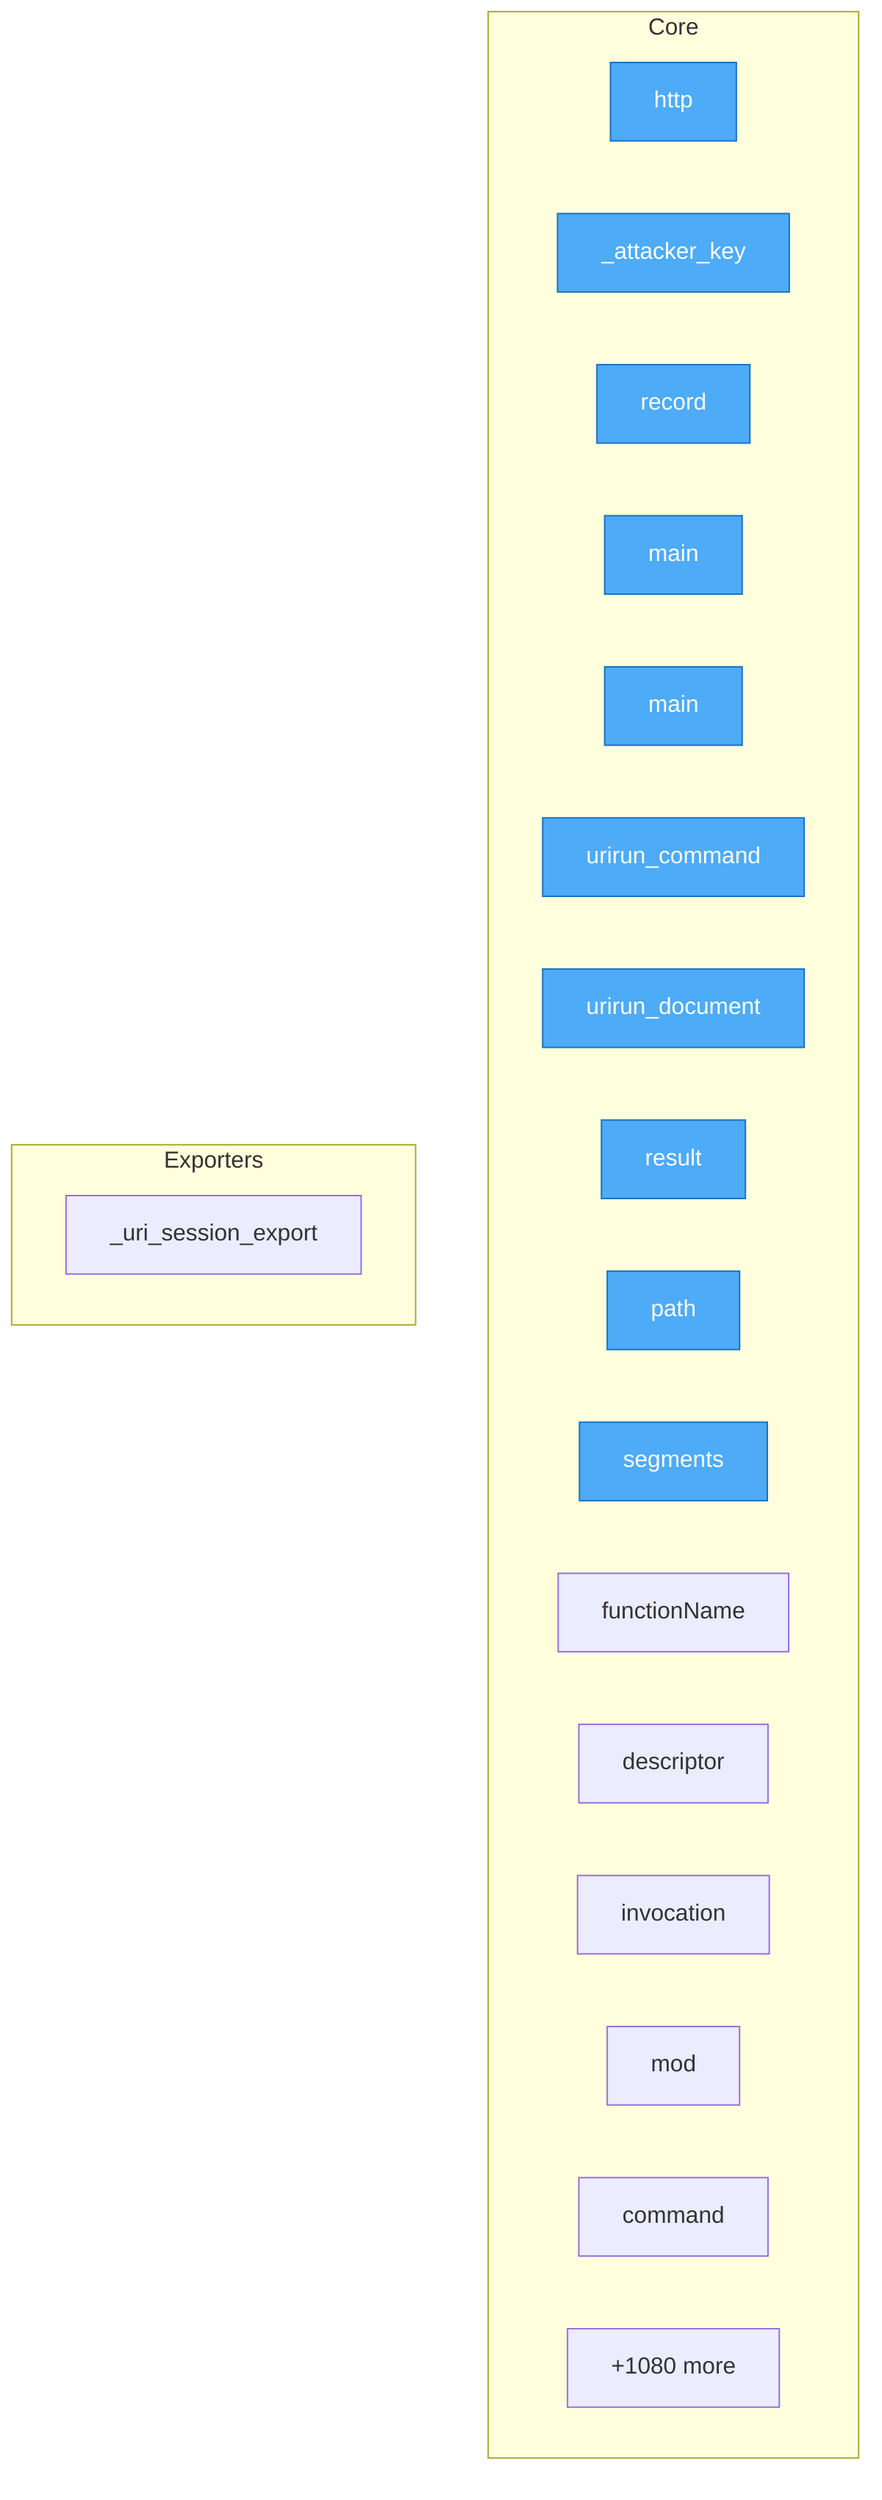
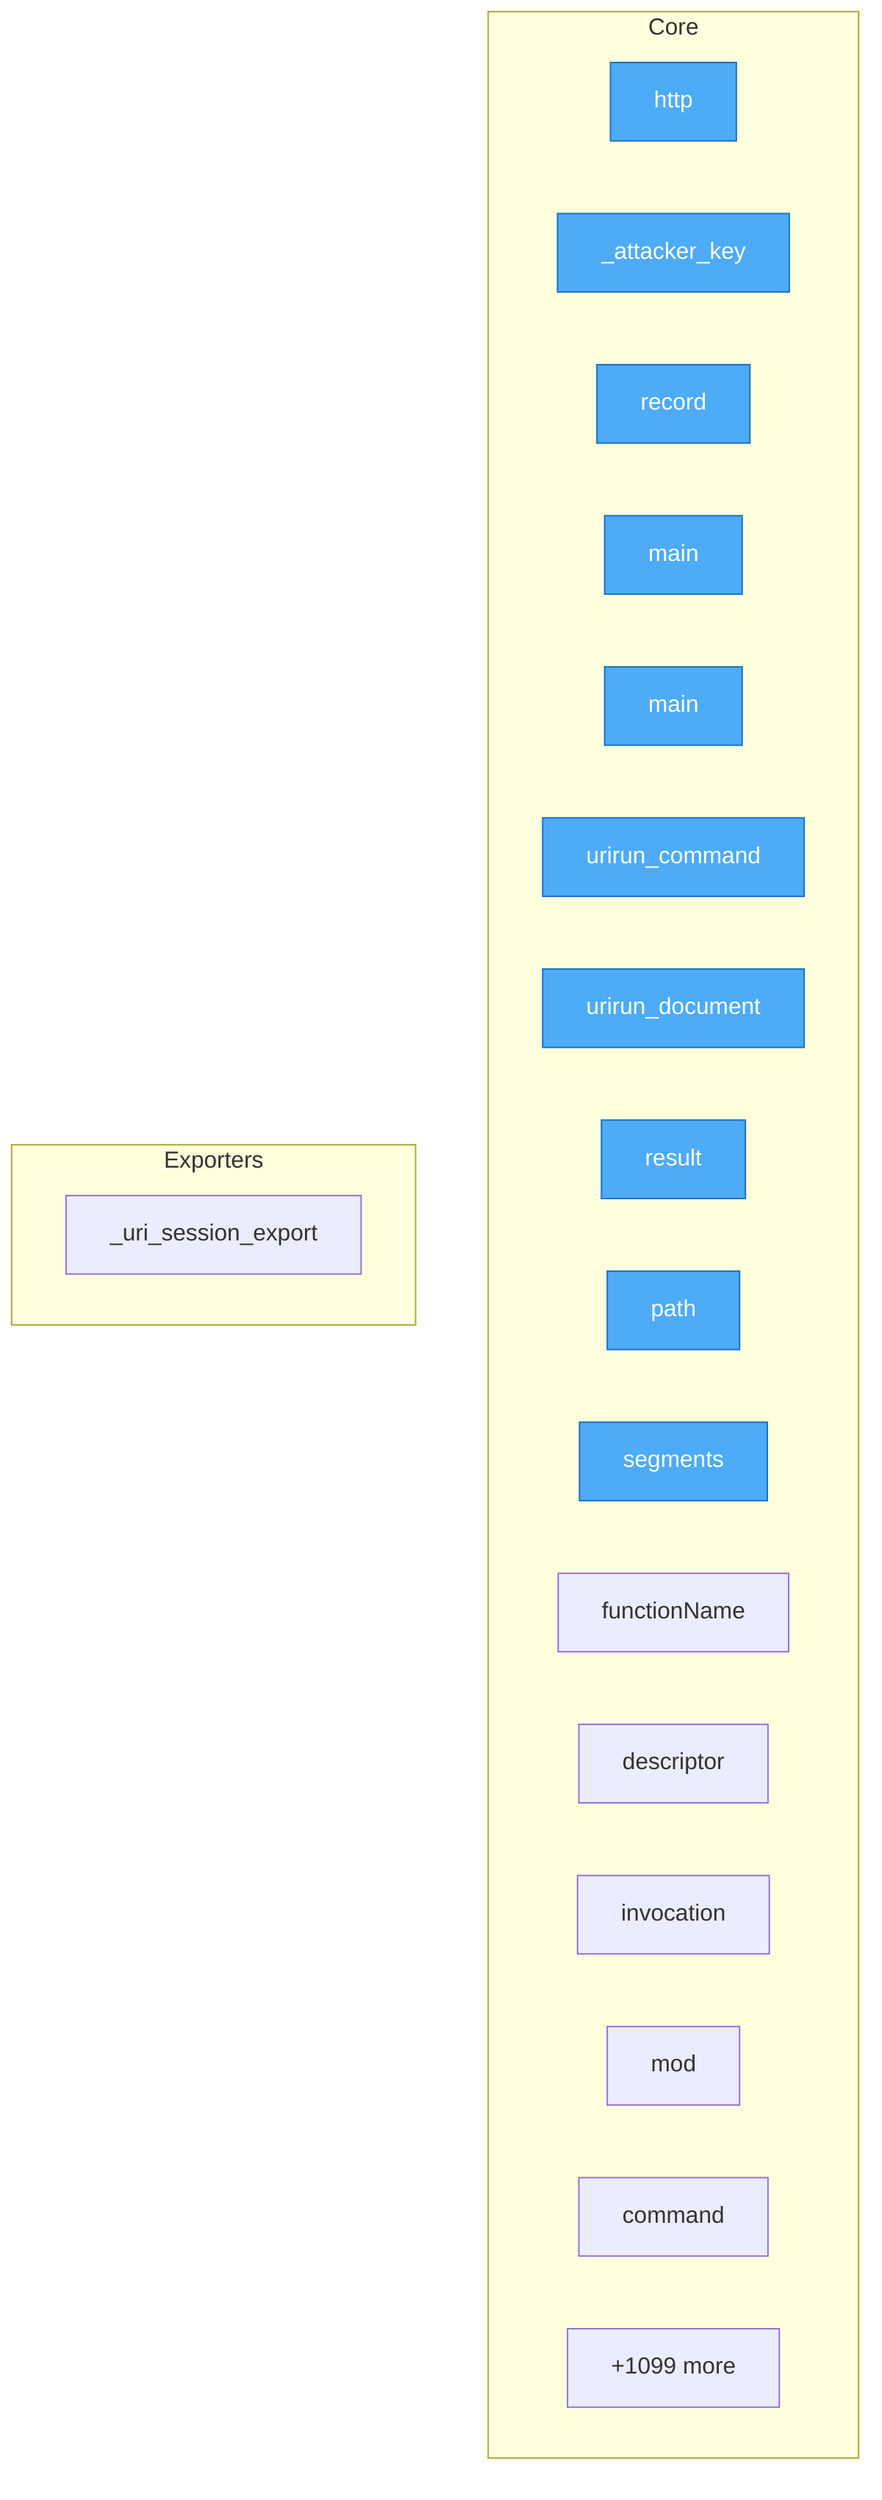
flowchart TD
- %% generated in 0.11s
+ %% generated in 0.06s

    %% Entry points (blue)
    classDef entry fill:#4dabf7,stroke:#1971c2,color:#fff

    subgraph Core
        security__mesh_probe__probe__http["http"]
        security__mesh_probe__probe___attacker_key["_attacker_key"]
        security__mesh_probe__probe__record["record"]
        adapters__conformance__main["main"]
        adapters__new_connector__main["main"]
        adapters__bash__urirun__urirun_command["urirun_command"]
        adapters__bash__urirun__urirun_document["urirun_document"]
        adapters__js__index__test__result["result"]
        adapters__js__path["path"]
        adapters__js__segments["segments"]
        adapters__js__functionName["functionName"]
        adapters__js__descriptor["descriptor"]
        adapters__js__invocation["invocation"]
        adapters__js__mod["mod"]
        adapters__java__Urirun__Urirun__command["command"]
-         ...["+1080 more"]
+         ...["+1099 more"]
    end

    subgraph Exporters
        adapters__python__urirun__node__skill___uri_session_export["_uri_session_export"]
    end

    class security__mesh_probe__probe__http,security__mesh_probe__probe___attacker_key,security__mesh_probe__probe__record,adapters__conformance__main,adapters__new_connector__main,adapters__bash__urirun__urirun_command,adapters__bash__urirun__urirun_document,adapters__js__index__test__result,adapters__js__path,adapters__js__segments entry
